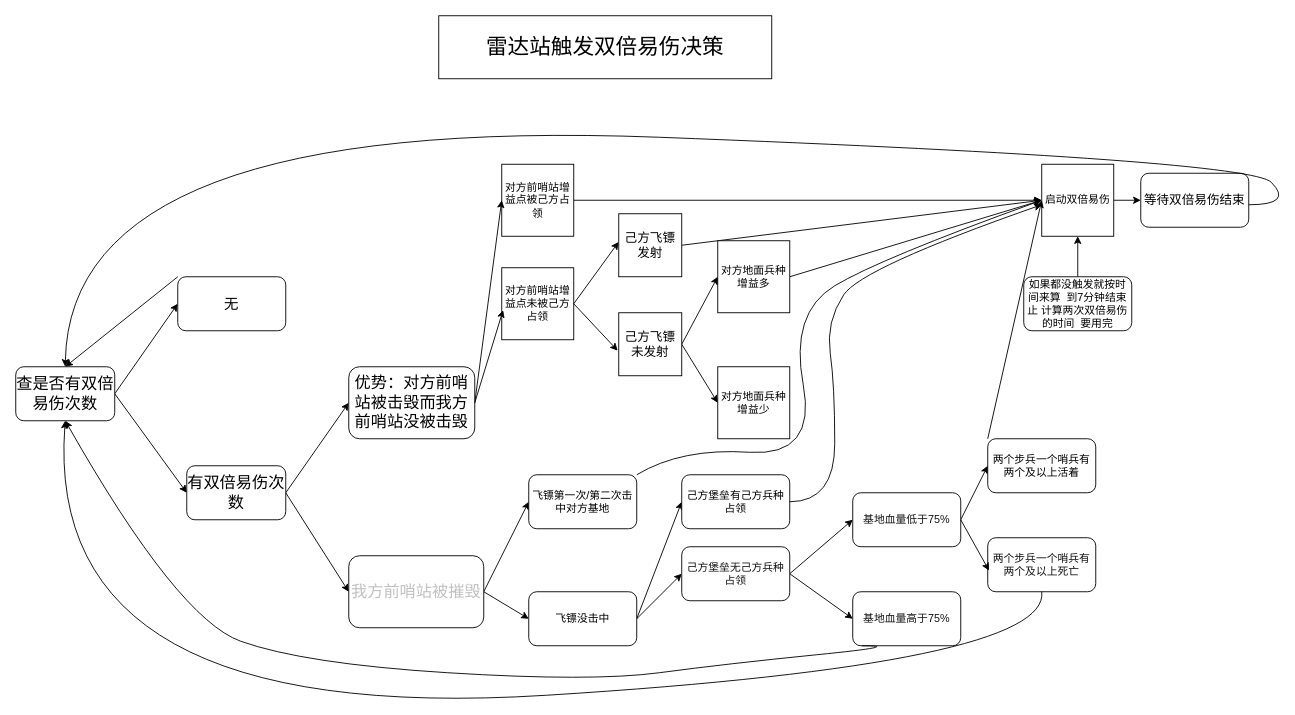
The draw.io diagram 1.drawio in git-alphabet/rz_radar-2026, before the edit. Source tidied: cells renumbered, new cells numbered last; positions are measured from the earlier drawing's top-left corner, leaving out a move shared by most shapes. Both pictures are drawn from the tidied source at 90%, with x=0, y=0 at pixel (15, 15).
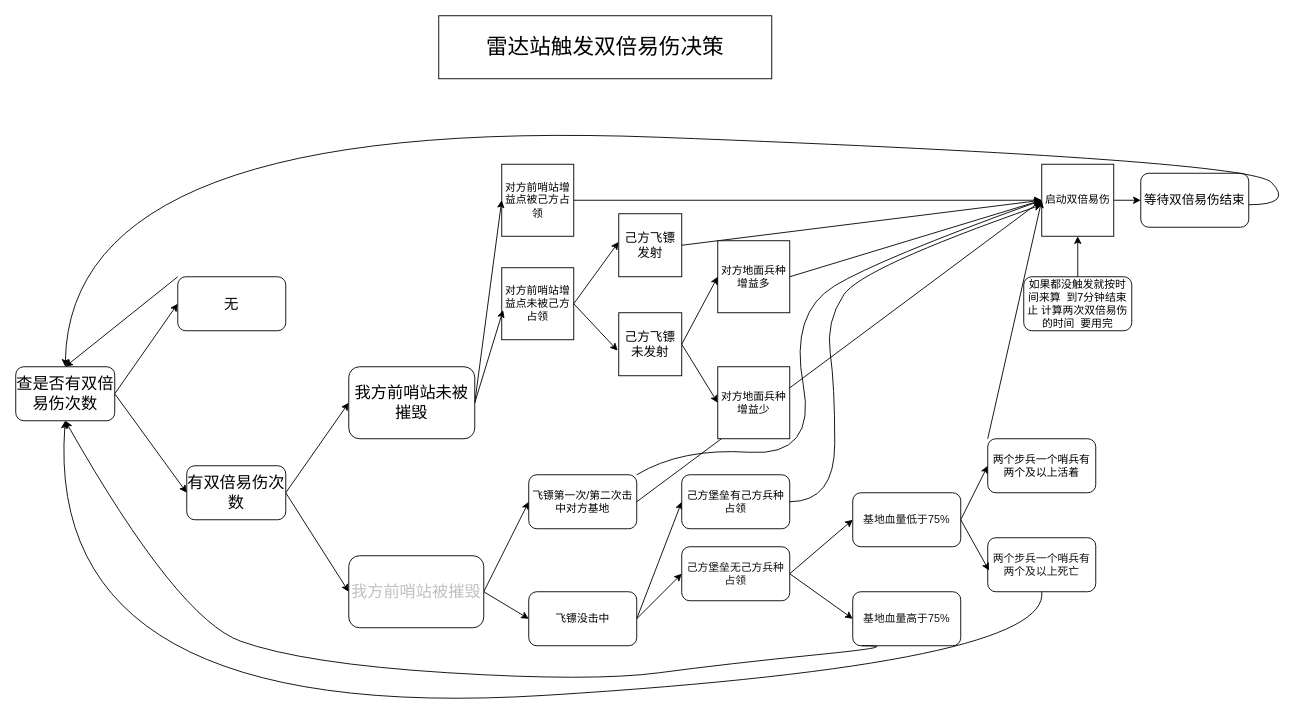
The same page after the edit.

Commit message:
双倍以上决策图

Unchanged cells that the change refers to:
```xml
<mxCell id="22" value="启动双倍易伤" style="whiteSpace=wrap;html=1;" parent="1" vertex="1">
  <mxGeometry x="1140" y="165" width="80" height="80" as="geometry" />
</mxCell>
<mxCell id="43" value="飞镖第一次/第二次击中对方基地" style="rounded=1;whiteSpace=wrap;html=1;" parent="1" vertex="1">
  <mxGeometry x="570" y="510" width="120" height="60" as="geometry" />
</mxCell>
```

Change to the diagram source:
```diff
@@
-    <mxCell id="13" value="&lt;span style=&quot;font-size: 18px;&quot;&gt;优势：对方前哨站被击毁而我方前哨站没被击毁&lt;/span&gt;" style="rounded=1;whiteSpace=wrap;html=1;" parent="1" vertex="1">
+    <mxCell id="13" value="&lt;span style=&quot;font-size: 18px;&quot;&gt;我方前哨站未被摧毁&lt;/span&gt;" style="rounded=1;whiteSpace=wrap;html=1;" parent="1" vertex="1">
       <mxGeometry x="370" y="390" width="140" height="80" as="geometry" />
     </mxCell>
@@
+    <mxCell id="55" style="edgeStyle=none;html=1;exitX=1;exitY=0.5;exitDx=0;exitDy=0;entryX=0;entryY=0.5;entryDx=0;entryDy=0;" parent="1" edge="1" source="43" target="22">
+      <mxGeometry relative="1" as="geometry" />
+    </mxCell>
```
